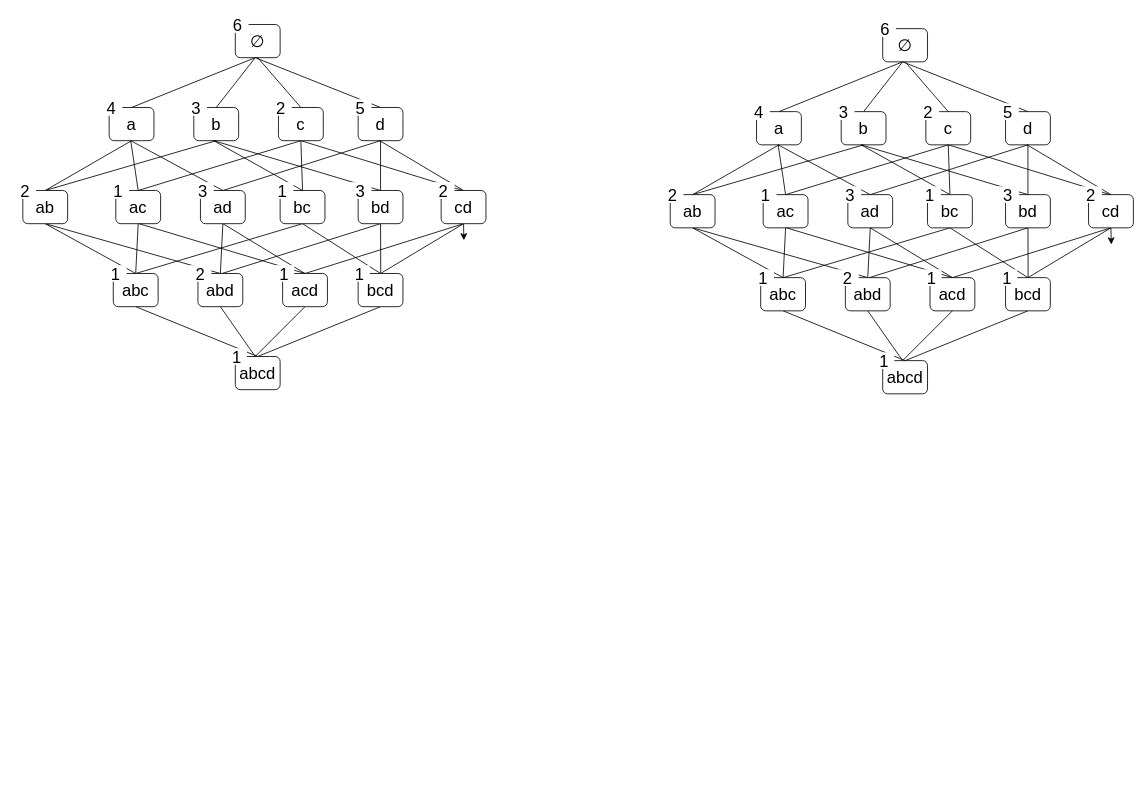
Above: graph/graph.drawio in sytk/draw.io (draw.io), before the change. Source tidied: cells renumbered, new cells numbered last; positions are measured from the earlier drawing's top-left corner, leaving out a move shared by most shapes. Both pictures are drawn from the tidied source at 83%, with x=0, y=0 at pixel (14, 16).
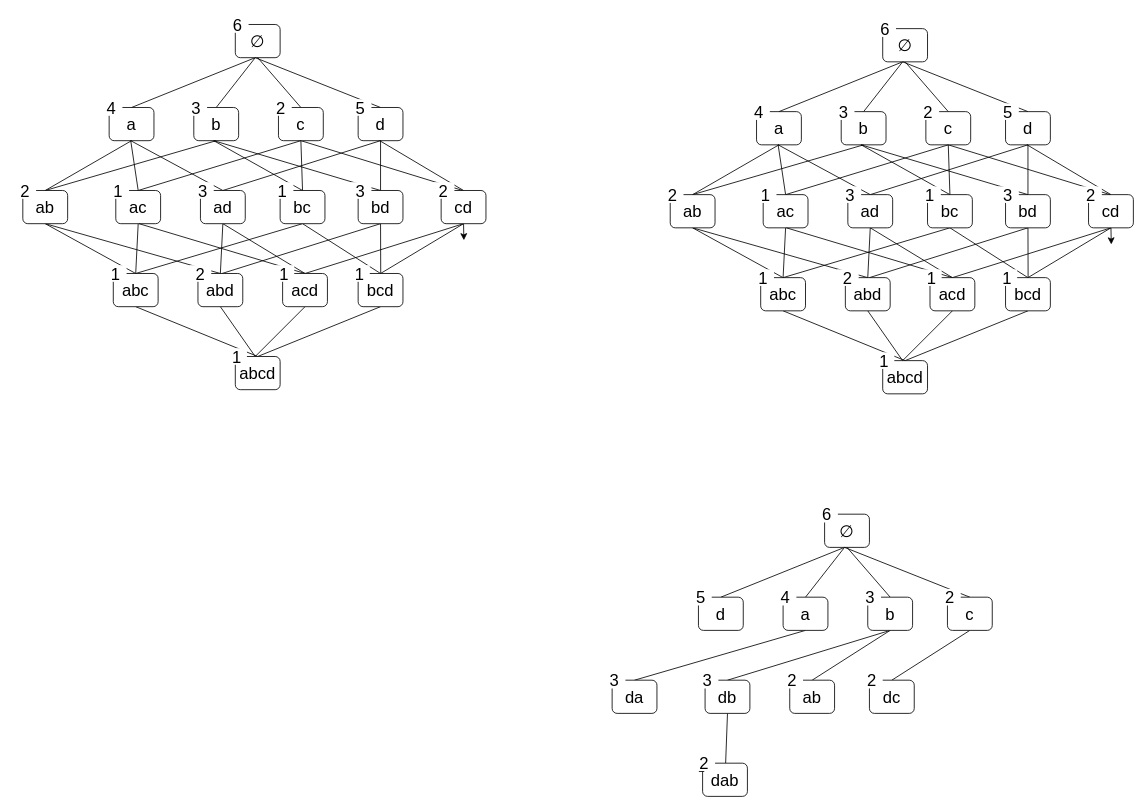
After the change.

What changed in the source:
```diff
@@
+    <mxCell id="132" style="edgeStyle=none;rounded=0;jettySize=auto;html=1;entryX=0.5;entryY=0;entryDx=0;entryDy=0;fontSize=20;endArrow=none;endFill=0;" parent="1" edge="1" target="135">
+      <mxGeometry relative="1" as="geometry">
+        <mxPoint x="1000" y="640" as="sourcePoint" />
+      </mxGeometry>
+    </mxCell>
+    <mxCell id="133" value="&lt;span style=&quot;font-size: 20px;&quot;&gt;∅&lt;/span&gt;" style="rounded=1;whiteSpace=wrap;html=1;" parent="1" vertex="1">
+      <mxGeometry x="976" y="600" width="54" height="40" as="geometry" />
+    </mxCell>
+    <mxCell id="134" value="&lt;font style=&quot;font-size: 20px;&quot;&gt;6&lt;br&gt;&lt;/font&gt;" style="text;html=1;align=center;verticalAlign=middle;whiteSpace=wrap;rounded=0;fillColor=default;" parent="1" vertex="1">
+      <mxGeometry x="966" y="590" width="26" height="20" as="geometry" />
+    </mxCell>
+    <mxCell id="135" value="&lt;span style=&quot;font-size: 20px;&quot;&gt;d&lt;/span&gt;" style="rounded=1;whiteSpace=wrap;html=1;" parent="1" vertex="1">
+      <mxGeometry x="824" y="700" width="54" height="40" as="geometry" />
+    </mxCell>
+    <mxCell id="136" value="&lt;font style=&quot;font-size: 20px;&quot;&gt;5&lt;/font&gt;" style="text;html=1;align=center;verticalAlign=middle;whiteSpace=wrap;rounded=0;fillColor=default;" parent="1" vertex="1">
+      <mxGeometry x="814" y="690" width="26" height="20" as="geometry" />
+    </mxCell>
+    <mxCell id="137" style="edgeStyle=none;rounded=0;jettySize=auto;html=1;exitX=0.5;exitY=0;exitDx=0;exitDy=0;fontSize=20;endArrow=none;endFill=0;" parent="1" edge="1" source="139">
+      <mxGeometry relative="1" as="geometry">
+        <mxPoint x="1000" y="640" as="targetPoint" />
+      </mxGeometry>
+    </mxCell>
+    <mxCell id="138" style="edgeStyle=none;rounded=0;jettySize=auto;html=1;exitX=0.5;exitY=1;exitDx=0;exitDy=0;entryX=0.5;entryY=0;entryDx=0;entryDy=0;endArrow=none;endFill=0;" parent="1" edge="1" source="139" target="150">
+      <mxGeometry relative="1" as="geometry" />
+    </mxCell>
+    <mxCell id="139" value="&lt;span style=&quot;font-size: 20px;&quot;&gt;a&lt;/span&gt;" style="rounded=1;whiteSpace=wrap;html=1;" parent="1" vertex="1">
+      <mxGeometry x="926" y="700" width="54" height="40" as="geometry" />
+    </mxCell>
+    <mxCell id="140" value="&lt;font style=&quot;font-size: 20px;&quot;&gt;4&lt;/font&gt;" style="text;html=1;align=center;verticalAlign=middle;whiteSpace=wrap;rounded=0;fillColor=default;" parent="1" vertex="1">
+      <mxGeometry x="916" y="690" width="26" height="20" as="geometry" />
+    </mxCell>
+    <mxCell id="141" style="edgeStyle=none;rounded=0;jettySize=auto;html=1;exitX=0.5;exitY=0;exitDx=0;exitDy=0;entryX=0.5;entryY=1;entryDx=0;entryDy=0;fontSize=20;endArrow=none;endFill=0;" parent="1" edge="1" source="144" target="133">
+      <mxGeometry relative="1" as="geometry" />
+    </mxCell>
+    <mxCell id="142" style="edgeStyle=none;rounded=0;jettySize=auto;html=1;exitX=0.5;exitY=1;exitDx=0;exitDy=0;entryX=0.5;entryY=0;entryDx=0;entryDy=0;endArrow=none;endFill=0;" parent="1" edge="1" source="144" target="153">
+      <mxGeometry relative="1" as="geometry" />
+    </mxCell>
+    <mxCell id="143" style="edgeStyle=none;rounded=0;jettySize=auto;html=1;exitX=0.5;exitY=1;exitDx=0;exitDy=0;entryX=0.5;entryY=0;entryDx=0;entryDy=0;endArrow=none;endFill=0;" parent="1" edge="1" source="144" target="155">
+      <mxGeometry relative="1" as="geometry" />
+    </mxCell>
+    <mxCell id="144" value="&lt;span style=&quot;font-size: 20px;&quot;&gt;b&lt;/span&gt;" style="rounded=1;whiteSpace=wrap;html=1;" parent="1" vertex="1">
+      <mxGeometry x="1028" y="700" width="54" height="40" as="geometry" />
+    </mxCell>
+    <mxCell id="145" value="&lt;span style=&quot;font-size: 20px;&quot;&gt;3&lt;/span&gt;" style="text;html=1;align=center;verticalAlign=middle;whiteSpace=wrap;rounded=0;fillColor=default;" parent="1" vertex="1">
+      <mxGeometry x="1018" y="690" width="26" height="20" as="geometry" />
+    </mxCell>
+    <mxCell id="146" style="edgeStyle=none;rounded=0;jettySize=auto;html=1;exitX=0.5;exitY=0;exitDx=0;exitDy=0;fontSize=20;endArrow=none;endFill=0;" parent="1" edge="1" source="148">
+      <mxGeometry relative="1" as="geometry">
+        <mxPoint x="1000" y="640" as="targetPoint" />
+      </mxGeometry>
+    </mxCell>
+    <mxCell id="147" style="edgeStyle=none;rounded=0;jettySize=auto;html=1;exitX=0.5;exitY=1;exitDx=0;exitDy=0;entryX=0.5;entryY=0;entryDx=0;entryDy=0;endArrow=none;endFill=0;" parent="1" edge="1" source="148" target="157">
+      <mxGeometry relative="1" as="geometry" />
+    </mxCell>
+    <mxCell id="148" value="&lt;span style=&quot;font-size: 20px;&quot;&gt;c&lt;/span&gt;" style="rounded=1;whiteSpace=wrap;html=1;" parent="1" vertex="1">
+      <mxGeometry x="1124" y="700" width="54" height="40" as="geometry" />
+    </mxCell>
+    <mxCell id="149" value="&lt;font style=&quot;font-size: 20px;&quot;&gt;2&lt;/font&gt;" style="text;html=1;align=center;verticalAlign=middle;whiteSpace=wrap;rounded=0;fillColor=default;" parent="1" vertex="1">
+      <mxGeometry x="1114" y="690" width="26" height="20" as="geometry" />
+    </mxCell>
+    <mxCell id="150" value="&lt;span style=&quot;font-size: 20px;&quot;&gt;da&lt;/span&gt;" style="rounded=1;whiteSpace=wrap;html=1;" parent="1" vertex="1">
+      <mxGeometry x="720" y="800" width="54" height="40" as="geometry" />
+    </mxCell>
+    <mxCell id="151" value="&lt;font style=&quot;font-size: 20px;&quot;&gt;3&lt;/font&gt;" style="text;html=1;align=center;verticalAlign=middle;whiteSpace=wrap;rounded=0;fillColor=default;" parent="1" vertex="1">
+      <mxGeometry x="710" y="790" width="26" height="20" as="geometry" />
+    </mxCell>
+    <mxCell id="152" style="rounded=0;jettySize=auto;html=1;exitX=0.5;exitY=1;exitDx=0;exitDy=0;endArrow=none;endFill=0;" parent="1" edge="1" source="153" target="159">
+      <mxGeometry relative="1" as="geometry" />
+    </mxCell>
+    <mxCell id="153" value="&lt;span style=&quot;font-size: 20px;&quot;&gt;db&lt;/span&gt;" style="rounded=1;whiteSpace=wrap;html=1;" parent="1" vertex="1">
+      <mxGeometry x="832" y="800" width="54" height="40" as="geometry" />
+    </mxCell>
+    <mxCell id="154" value="&lt;font style=&quot;font-size: 20px;&quot;&gt;3&lt;/font&gt;" style="text;html=1;align=center;verticalAlign=middle;whiteSpace=wrap;rounded=0;fillColor=default;" parent="1" vertex="1">
+      <mxGeometry x="822" y="790" width="26" height="20" as="geometry" />
+    </mxCell>
+    <mxCell id="155" value="&lt;span style=&quot;font-size: 20px;&quot;&gt;ab&lt;/span&gt;" style="rounded=1;whiteSpace=wrap;html=1;" parent="1" vertex="1">
+      <mxGeometry x="934" y="800" width="54" height="40" as="geometry" />
+    </mxCell>
+    <mxCell id="156" value="&lt;span style=&quot;font-size: 20px;&quot;&gt;2&lt;/span&gt;" style="text;html=1;align=center;verticalAlign=middle;whiteSpace=wrap;rounded=0;fillColor=default;" parent="1" vertex="1">
+      <mxGeometry x="924" y="790" width="26" height="20" as="geometry" />
+    </mxCell>
+    <mxCell id="157" value="&lt;span style=&quot;font-size: 20px;&quot;&gt;dc&lt;/span&gt;" style="rounded=1;whiteSpace=wrap;html=1;" parent="1" vertex="1">
+      <mxGeometry x="1030" y="800" width="54" height="40" as="geometry" />
+    </mxCell>
+    <mxCell id="158" value="&lt;font style=&quot;font-size: 20px;&quot;&gt;2&lt;/font&gt;" style="text;html=1;align=center;verticalAlign=middle;whiteSpace=wrap;rounded=0;fillColor=default;" parent="1" vertex="1">
+      <mxGeometry x="1020" y="790" width="26" height="20" as="geometry" />
+    </mxCell>
+    <mxCell id="159" value="&lt;span style=&quot;font-size: 20px;&quot;&gt;dab&lt;/span&gt;" style="rounded=1;whiteSpace=wrap;html=1;" parent="1" vertex="1">
+      <mxGeometry x="829" y="900" width="54" height="40" as="geometry" />
+    </mxCell>
+    <mxCell id="160" value="&lt;font style=&quot;font-size: 20px;&quot;&gt;2&lt;/font&gt;" style="text;html=1;align=center;verticalAlign=middle;whiteSpace=wrap;rounded=0;fillColor=default;" parent="1" vertex="1">
+      <mxGeometry x="818" y="890" width="26" height="20" as="geometry" />
+    </mxCell>
+    <mxCell id="161" style="edgeStyle=none;rounded=0;orthogonalLoop=1;jettySize=auto;html=1;exitX=0.25;exitY=1;exitDx=0;exitDy=0;entryX=0.5;entryY=1;entryDx=0;entryDy=0;endArrow=none;endFill=0;" parent="1" edge="1" source="160" target="160">
+      <mxGeometry relative="1" as="geometry" />
+    </mxCell>
```
